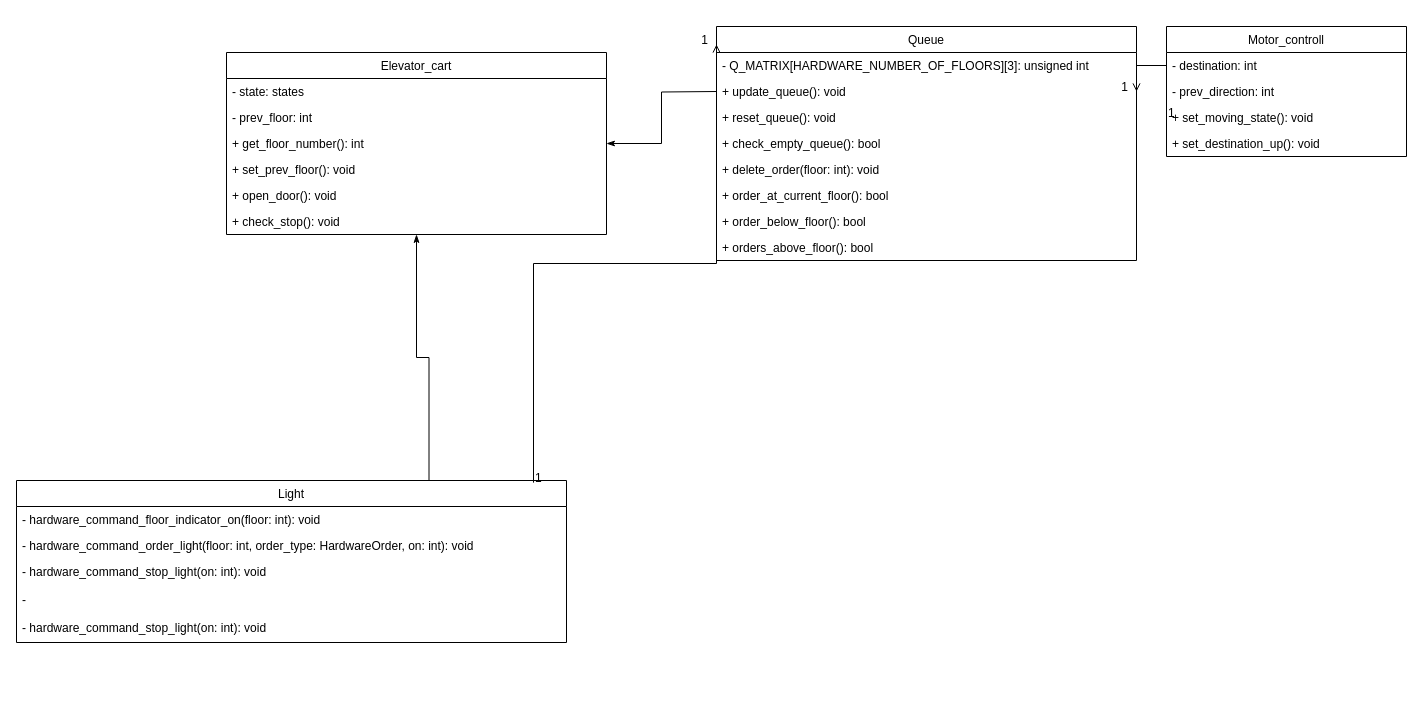
This is Untitled Diagram.drawio from aurorami1211/heilab, a draw.io file, before an edit. Source tidied: cells renumbered, new cells numbered last; positions are measured from the earlier drawing's top-left corner, leaving out a move shared by most shapes. Both pictures are drawn from the tidied source at 100%, with x=0, y=0 at pixel (16, 26).
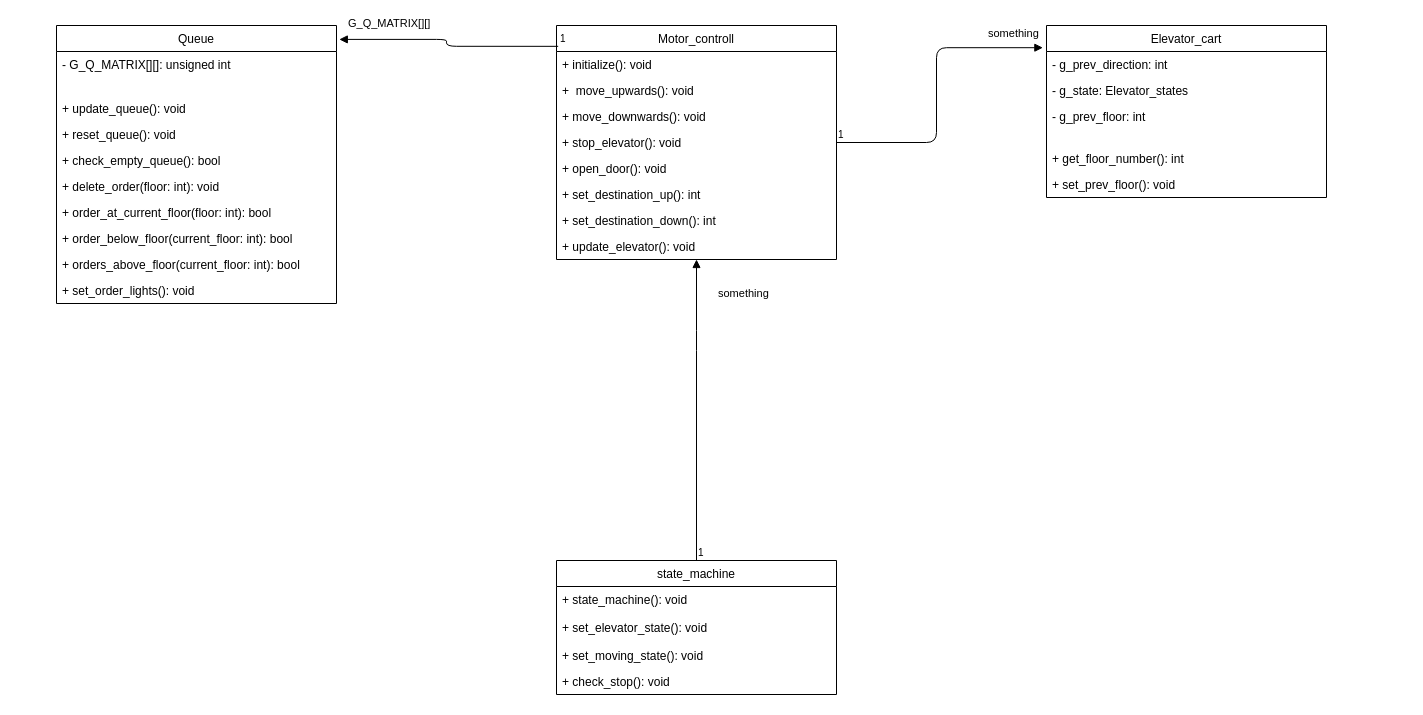
The same page after the edit.

Commit message:
Updated Class diagram

What changed in the source:
```diff
@@
     <mxCell id="2" value="Elevator_cart" style="swimlane;fontStyle=0;horizontal=1;startSize=26;fillColor=none;" parent="1" vertex="1">
-      <mxGeometry x="210" y="26" width="380" height="182" as="geometry" />
+      <mxGeometry x="1030" y="-1" width="280" height="172" as="geometry" />
     </mxCell>
+    <mxCell id="27" value="- g_prev_direction: int" style="text;strokeColor=none;fillColor=none;align=left;verticalAlign=top;spacingLeft=4;spacingRight=4;overflow=hidden;" parent="2" vertex="1">
+      <mxGeometry y="26" width="280" height="26" as="geometry" />
+    </mxCell>
-    <mxCell id="3" value="- state: states" style="text;strokeColor=none;fillColor=none;align=left;verticalAlign=top;spacingLeft=4;spacingRight=4;overflow=hidden;" parent="2" vertex="1">
-      <mxGeometry y="26" width="380" height="26" as="geometry" />
+    <mxCell id="3" value="- g_state: Elevator_states" style="text;strokeColor=none;fillColor=none;align=left;verticalAlign=top;spacingLeft=4;spacingRight=4;overflow=hidden;" parent="2" vertex="1">
+      <mxGeometry y="52" width="280" height="26" as="geometry" />
     </mxCell>
-    <mxCell id="4" value="- prev_floor: int" style="text;strokeColor=none;fillColor=none;align=left;verticalAlign=top;spacingLeft=4;spacingRight=4;overflow=hidden;" parent="2" vertex="1">
-      <mxGeometry y="52" width="380" height="26" as="geometry" />
+    <mxCell id="4" value="- g_prev_floor: int" style="text;strokeColor=none;fillColor=none;align=left;verticalAlign=top;spacingLeft=4;spacingRight=4;overflow=hidden;" parent="2" vertex="1">
+      <mxGeometry y="78" width="280" height="42" as="geometry" />
     </mxCell>
     <mxCell id="5" value="+ get_floor_number(): int" style="text;strokeColor=none;fillColor=none;align=left;verticalAlign=top;spacingLeft=4;spacingRight=4;overflow=hidden;" parent="2" vertex="1">
-      <mxGeometry y="78" width="380" height="26" as="geometry" />
+      <mxGeometry y="120" width="280" height="26" as="geometry" />
     </mxCell>
     <mxCell id="6" value="+ set_prev_floor(): void" style="text;strokeColor=none;fillColor=none;align=left;verticalAlign=top;spacingLeft=4;spacingRight=4;overflow=hidden;" parent="2" vertex="1">
-      <mxGeometry y="104" width="380" height="26" as="geometry" />
+      <mxGeometry y="146" width="280" height="26" as="geometry" />
     </mxCell>
-    <mxCell id="7" value="+ open_door(): void" style="text;strokeColor=none;fillColor=none;align=left;verticalAlign=top;spacingLeft=4;spacingRight=4;overflow=hidden;" parent="2" vertex="1">
-      <mxGeometry y="130" width="380" height="26" as="geometry" />
-    </mxCell>
-    <mxCell id="8" value="+ check_stop(): void" style="text;strokeColor=none;fillColor=none;align=left;verticalAlign=top;spacingLeft=4;spacingRight=4;overflow=hidden;" parent="2" vertex="1">
-      <mxGeometry y="156" width="380" height="26" as="geometry" />
-    </mxCell>
     <mxCell id="9" value="Queue" style="swimlane;fontStyle=0;horizontal=1;startSize=26;fillColor=none;" parent="1" vertex="1">
-      <mxGeometry x="700" width="420" height="234" as="geometry" />
+      <mxGeometry x="40" y="-1" width="280" height="278" as="geometry" />
     </mxCell>
-    <mxCell id="10" value="- Q_MATRIX[HARDWARE_NUMBER_OF_FLOORS][3]: unsigned int" style="text;strokeColor=none;fillColor=none;align=left;verticalAlign=top;spacingLeft=4;spacingRight=4;overflow=hidden;" parent="9" vertex="1">
-      <mxGeometry y="26" width="420" height="26" as="geometry" />
+    <mxCell id="10" value="- G_Q_MATRIX[][]: unsigned int" style="text;strokeColor=none;fillColor=none;align=left;verticalAlign=top;spacingLeft=4;spacingRight=4;overflow=hidden;perimeterSpacing=1;" parent="9" vertex="1">
+      <mxGeometry y="26" width="280" height="44" as="geometry" />
     </mxCell>
     <mxCell id="11" value="+ update_queue(): void" style="text;strokeColor=none;fillColor=none;align=left;verticalAlign=top;spacingLeft=4;spacingRight=4;overflow=hidden;" parent="9" vertex="1">
-      <mxGeometry y="52" width="420" height="26" as="geometry" />
+      <mxGeometry y="70" width="280" height="26" as="geometry" />
     </mxCell>
     <mxCell id="12" value="+ reset_queue(): void" style="text;strokeColor=none;fillColor=none;align=left;verticalAlign=top;spacingLeft=4;spacingRight=4;overflow=hidden;" parent="9" vertex="1">
-      <mxGeometry y="78" width="420" height="26" as="geometry" />
+      <mxGeometry y="96" width="280" height="26" as="geometry" />
     </mxCell>
     <mxCell id="13" value="+ check_empty_queue(): bool" style="text;strokeColor=none;fillColor=none;align=left;verticalAlign=top;spacingLeft=4;spacingRight=4;overflow=hidden;" parent="9" vertex="1">
-      <mxGeometry y="104" width="420" height="26" as="geometry" />
+      <mxGeometry y="122" width="280" height="26" as="geometry" />
     </mxCell>
     <mxCell id="14" value="+ delete_order(floor: int): void" style="text;strokeColor=none;fillColor=none;align=left;verticalAlign=top;spacingLeft=4;spacingRight=4;overflow=hidden;" parent="9" vertex="1">
-      <mxGeometry y="130" width="420" height="26" as="geometry" />
+      <mxGeometry y="148" width="280" height="26" as="geometry" />
     </mxCell>
-    <mxCell id="15" value="+ order_at_current_floor(): bool" style="text;strokeColor=none;fillColor=none;align=left;verticalAlign=top;spacingLeft=4;spacingRight=4;overflow=hidden;" parent="9" vertex="1">
-      <mxGeometry y="156" width="420" height="26" as="geometry" />
+    <mxCell id="15" value="+ order_at_current_floor(floor: int): bool" style="text;strokeColor=none;fillColor=none;align=left;verticalAlign=top;spacingLeft=4;spacingRight=4;overflow=hidden;" parent="9" vertex="1">
+      <mxGeometry y="174" width="280" height="26" as="geometry" />
     </mxCell>
-    <mxCell id="16" value="+ order_below_floor(): bool" style="text;strokeColor=none;fillColor=none;align=left;verticalAlign=top;spacingLeft=4;spacingRight=4;overflow=hidden;" parent="9" vertex="1">
-      <mxGeometry y="182" width="420" height="26" as="geometry" />
+    <mxCell id="16" value="+ order_below_floor(current_floor: int): bool" style="text;strokeColor=none;fillColor=none;align=left;verticalAlign=top;spacingLeft=4;spacingRight=4;overflow=hidden;" parent="9" vertex="1">
+      <mxGeometry y="200" width="280" height="26" as="geometry" />
     </mxCell>
-    <mxCell id="17" value="+ orders_above_floor(): bool" style="text;strokeColor=none;fillColor=none;align=left;verticalAlign=top;spacingLeft=4;spacingRight=4;overflow=hidden;" parent="9" vertex="1">
-      <mxGeometry y="208" width="420" height="26" as="geometry" />
+    <mxCell id="17" value="+ orders_above_floor(current_floor: int): bool" style="text;strokeColor=none;fillColor=none;align=left;verticalAlign=top;spacingLeft=4;spacingRight=4;overflow=hidden;" parent="9" vertex="1">
+      <mxGeometry y="226" width="280" height="26" as="geometry" />
     </mxCell>
-    <mxCell id="18" style="edgeStyle=orthogonalEdgeStyle;rounded=0;jettySize=auto;html=1;exitX=0.75;exitY=0;exitDx=0;exitDy=0;entryX=0.5;entryY=1;entryDx=0;entryDy=0;endArrow=classicThin;endFill=1;" parent="1" edge="1" source="19" target="2">
-      <mxGeometry relative="1" as="geometry" />
-    </mxCell>
+    <mxCell id="37" value="+ set_order_lights(): void" style="text;strokeColor=none;fillColor=none;align=left;verticalAlign=top;spacingLeft=4;spacingRight=4;overflow=hidden;" parent="9" vertex="1">
+      <mxGeometry y="252" width="280" height="26" as="geometry" />
+    </mxCell>
-    <mxCell id="19" value="Light" style="swimlane;fontStyle=0;horizontal=1;startSize=26;fillColor=none;" parent="1" vertex="1">
-      <mxGeometry y="454" width="550" height="162" as="geometry" />
+    <mxCell id="19" value="state_machine" style="swimlane;fontStyle=0;horizontal=1;startSize=26;fillColor=none;" parent="1" vertex="1">
+      <mxGeometry x="540" y="534" width="280" height="134" as="geometry" />
     </mxCell>
+    <mxCell id="22" value="+ state_machine(): void" style="text;strokeColor=none;fillColor=none;align=left;verticalAlign=top;spacingLeft=4;spacingRight=4;overflow=hidden;" parent="19" vertex="1">
+      <mxGeometry y="26" width="280" height="28" as="geometry" />
+    </mxCell>
+    <mxCell id="23" value="+ set_elevator_state(): void" style="text;strokeColor=none;fillColor=none;align=left;verticalAlign=top;spacingLeft=4;spacingRight=4;overflow=hidden;" parent="19" vertex="1">
+      <mxGeometry y="54" width="280" height="28" as="geometry" />
+    </mxCell>
+    <mxCell id="28" value="+ set_moving_state(): void" style="text;strokeColor=none;fillColor=none;align=left;verticalAlign=top;spacingLeft=4;spacingRight=4;overflow=hidden;points=[[0,0.5],[1,0.5]];portConstraint=eastwest;" parent="19" vertex="1">
+      <mxGeometry y="82" width="280" height="26" as="geometry" />
+    </mxCell>
+    <mxCell id="8" value="+ check_stop(): void" style="text;strokeColor=none;fillColor=none;align=left;verticalAlign=top;spacingLeft=4;spacingRight=4;overflow=hidden;" parent="19" vertex="1">
+      <mxGeometry y="108" width="280" height="26" as="geometry" />
+    </mxCell>
+    <mxCell id="25" value="Motor_controll" style="swimlane;fontStyle=0;horizontal=1;startSize=26;fillColor=none;" parent="1" vertex="1">
+      <mxGeometry x="540" y="-1" width="280" height="234" as="geometry" />
+    </mxCell>
+    <mxCell id="38" value="+ initialize(): void" style="text;strokeColor=none;fillColor=none;align=left;verticalAlign=top;spacingLeft=4;spacingRight=4;overflow=hidden;" parent="25" vertex="1">
+      <mxGeometry y="26" width="280" height="26" as="geometry" />
+    </mxCell>
-    <mxCell id="20" value="- hardware_command_floor_indicator_on(floor: int): void" style="text;strokeColor=none;fillColor=none;align=left;verticalAlign=top;spacingLeft=4;spacingRight=4;overflow=hidden;" parent="19" vertex="1">
-      <mxGeometry y="26" width="550" height="26" as="geometry" />
+    <mxCell id="20" value="+  move_upwards(): void" style="text;strokeColor=none;fillColor=none;align=left;verticalAlign=top;spacingLeft=4;spacingRight=4;overflow=hidden;" parent="25" vertex="1">
+      <mxGeometry y="52" width="280" height="26" as="geometry" />
     </mxCell>
-    <mxCell id="21" value="- hardware_command_order_light(floor: int, order_type: HardwareOrder, on: int): void" style="text;strokeColor=none;fillColor=none;align=left;verticalAlign=top;spacingLeft=4;spacingRight=4;overflow=hidden;" parent="19" vertex="1">
-      <mxGeometry y="52" width="550" height="26" as="geometry" />
+    <mxCell id="21" value="+ move_downwards(): void" style="text;strokeColor=none;fillColor=none;align=left;verticalAlign=top;spacingLeft=4;spacingRight=4;overflow=hidden;" parent="25" vertex="1">
+      <mxGeometry y="78" width="280" height="26" as="geometry" />
     </mxCell>
-    <mxCell id="22" value="- hardware_command_stop_light(on: int): void" style="text;strokeColor=none;fillColor=none;align=left;verticalAlign=top;spacingLeft=4;spacingRight=4;overflow=hidden;" parent="19" vertex="1">
-      <mxGeometry y="78" width="550" height="28" as="geometry" />
-    </mxCell>
-    <mxCell id="23" value="-" style="text;strokeColor=none;fillColor=none;align=left;verticalAlign=top;spacingLeft=4;spacingRight=4;overflow=hidden;" parent="19" vertex="1">
-      <mxGeometry y="106" width="550" height="28" as="geometry" />
-    </mxCell>
-    <mxCell id="24" value="- hardware_command_stop_light(on: int): void" style="text;strokeColor=none;fillColor=none;align=left;verticalAlign=top;spacingLeft=4;spacingRight=4;overflow=hidden;" parent="19" vertex="1">
-      <mxGeometry y="134" width="550" height="28" as="geometry" />
-    </mxCell>
-    <mxCell id="25" value="Motor_controll" style="swimlane;fontStyle=0;horizontal=1;startSize=26;fillColor=none;" parent="1" vertex="1">
-      <mxGeometry x="1150" width="240" height="130" as="geometry" />
-    </mxCell>
-    <mxCell id="26" value="- destination: int" style="text;strokeColor=none;fillColor=none;align=left;verticalAlign=top;spacingLeft=4;spacingRight=4;overflow=hidden;" parent="25" vertex="1">
-      <mxGeometry y="26" width="240" height="26" as="geometry" />
-    </mxCell>
-    <mxCell id="27" value="- prev_direction: int" style="text;strokeColor=none;fillColor=none;align=left;verticalAlign=top;spacingLeft=4;spacingRight=4;overflow=hidden;" parent="25" vertex="1">
-      <mxGeometry y="52" width="240" height="26" as="geometry" />
-    </mxCell>
-    <mxCell id="28" value="+ set_moving_state(): void" style="text;strokeColor=none;fillColor=none;align=left;verticalAlign=top;spacingLeft=4;spacingRight=4;overflow=hidden;points=[[0,0.5],[1,0.5]];portConstraint=eastwest;" parent="25" vertex="1">
-      <mxGeometry y="78" width="240" height="26" as="geometry" />
-    </mxCell>
+    <mxCell id="39" value="+ stop_elevator(): void" style="text;strokeColor=none;fillColor=none;align=left;verticalAlign=top;spacingLeft=4;spacingRight=4;overflow=hidden;points=[[0,0.5],[1,0.5]];portConstraint=eastwest;" parent="25" vertex="1">
+      <mxGeometry y="104" width="280" height="26" as="geometry" />
+    </mxCell>
+    <mxCell id="7" value="+ open_door(): void" style="text;strokeColor=none;fillColor=none;align=left;verticalAlign=top;spacingLeft=4;spacingRight=4;overflow=hidden;" parent="25" vertex="1">
+      <mxGeometry y="130" width="280" height="26" as="geometry" />
+    </mxCell>
-    <mxCell id="29" value="+ set_destination_up(): void" style="text;strokeColor=none;fillColor=none;align=left;verticalAlign=top;spacingLeft=4;spacingRight=4;overflow=hidden;" parent="25" vertex="1">
-      <mxGeometry y="104" width="240" height="26" as="geometry" />
+    <mxCell id="29" value="+ set_destination_up(): int" style="text;strokeColor=none;fillColor=none;align=left;verticalAlign=top;spacingLeft=4;spacingRight=4;overflow=hidden;" parent="25" vertex="1">
+      <mxGeometry y="156" width="280" height="26" as="geometry" />
     </mxCell>
-    <mxCell id="30" style="endArrow=open;shadow=0;strokeWidth=1;strokeColor=#000000;rounded=0;endFill=1;edgeStyle=elbowEdgeStyle;elbow=vertical;entryX=1;entryY=0.5;entryDx=0;entryDy=0;exitX=0;exitY=0.5;exitDx=0;exitDy=0;" parent="1" edge="1" source="28">
-      <mxGeometry x="0.5" y="41" relative="1" as="geometry">
-        <mxPoint x="1120" y="65" as="targetPoint" />
-        <Array as="points">
-          <mxPoint x="1100" y="39" />
-        </Array>
-        <mxPoint x="-40" y="32" as="offset" />
-      </mxGeometry>
-    </mxCell>
-    <mxCell id="31" value="1" style="align=left;verticalAlign=bottom;labelBackgroundColor=none;fontSize=12;" parent="30" vertex="1">
-      <mxGeometry x="-1" relative="1" as="geometry">
-        <mxPoint y="4" as="offset" />
-      </mxGeometry>
-    </mxCell>
-    <mxCell id="32" value="1" style="align=right;verticalAlign=bottom;labelBackgroundColor=none;fontSize=12;" parent="30" vertex="1">
-      <mxGeometry x="1" relative="1" as="geometry">
-        <mxPoint x="-7" y="4" as="offset" />
-      </mxGeometry>
-    </mxCell>
-    <mxCell id="33" style="endArrow=open;shadow=0;strokeWidth=1;strokeColor=#000000;rounded=0;endFill=1;edgeStyle=elbowEdgeStyle;elbow=vertical;exitX=0.94;exitY=0.013;exitDx=0;exitDy=0;exitPerimeter=0;" parent="1" edge="1" source="19">
-      <mxGeometry x="0.5" y="41" relative="1" as="geometry">
-        <mxPoint x="700" y="18" as="targetPoint" />
-        <mxPoint x="-40" y="32" as="offset" />
-      </mxGeometry>
-    </mxCell>
-    <mxCell id="34" value="1" style="align=left;verticalAlign=bottom;labelBackgroundColor=none;fontSize=12;" parent="33" vertex="1">
-      <mxGeometry x="-1" relative="1" as="geometry">
-        <mxPoint y="4" as="offset" />
-      </mxGeometry>
-    </mxCell>
-    <mxCell id="35" value="1" style="align=right;verticalAlign=bottom;labelBackgroundColor=none;fontSize=12;" parent="33" vertex="1">
-      <mxGeometry x="1" relative="1" as="geometry">
-        <mxPoint x="-7" y="4" as="offset" />
-      </mxGeometry>
-    </mxCell>
-    <mxCell id="36" style="edgeStyle=orthogonalEdgeStyle;rounded=0;jettySize=auto;html=1;exitX=0;exitY=0.5;exitDx=0;exitDy=0;entryX=1;entryY=0.5;entryDx=0;entryDy=0;endArrow=classicThin;endFill=1;" parent="1" edge="1" target="2">
-      <mxGeometry relative="1" as="geometry">
-        <mxPoint x="700" y="65" as="sourcePoint" />
-      </mxGeometry>
-    </mxCell>
+    <mxCell id="40" value="+ set_destination_down(): int" style="text;strokeColor=none;fillColor=none;align=left;verticalAlign=top;spacingLeft=4;spacingRight=4;overflow=hidden;" parent="25" vertex="1">
+      <mxGeometry y="182" width="280" height="26" as="geometry" />
+    </mxCell>
+    <mxCell id="41" value="+ update_elevator(): void" style="text;strokeColor=none;fillColor=none;align=left;verticalAlign=top;spacingLeft=4;spacingRight=4;overflow=hidden;points=[[0,0.5],[1,0.5]];portConstraint=eastwest;" parent="25" vertex="1">
+      <mxGeometry y="208" width="280" height="26" as="geometry" />
+    </mxCell>
+    <mxCell id="42" value="G_Q_MATRIX[][]" style="endArrow=block;endFill=1;html=1;edgeStyle=orthogonalEdgeStyle;align=left;verticalAlign=top;exitX=0.006;exitY=0.089;exitDx=0;exitDy=0;exitPerimeter=0;entryX=1.01;entryY=0.05;entryDx=0;entryDy=0;entryPerimeter=0;" parent="1" edge="1" source="25" target="9">
+      <mxGeometry x="0.94" y="-29" relative="1" as="geometry" />
+    </mxCell>
+    <mxCell id="43" value="1" style="html=1;align=left;verticalAlign=bottom;labelBackgroundColor=#ffffff;fontSize=10;" parent="42" vertex="1">
+      <mxGeometry x="-1" relative="1" as="geometry" />
+    </mxCell>
+    <mxCell id="44" value="something" style="endArrow=block;endFill=1;html=1;edgeStyle=orthogonalEdgeStyle;align=left;verticalAlign=top;" parent="1" edge="1" source="19" target="41">
+      <mxGeometry x="0.86" y="-20" relative="1" as="geometry">
+        <Array as="points">
+          <mxPoint x="680" y="314" />
+          <mxPoint x="680" y="314" />
+        </Array>
+      </mxGeometry>
+    </mxCell>
+    <mxCell id="45" value="1" style="html=1;align=left;verticalAlign=bottom;labelBackgroundColor=#ffffff;fontSize=10;" parent="44" vertex="1">
+      <mxGeometry x="-1" relative="1" as="geometry" />
+    </mxCell>
+    <mxCell id="46" value="something" style="endArrow=block;endFill=1;html=1;edgeStyle=orthogonalEdgeStyle;align=left;verticalAlign=top;entryX=-0.013;entryY=0.129;entryDx=0;entryDy=0;exitX=1;exitY=0.5;exitDx=0;exitDy=0;entryPerimeter=0;" parent="1" edge="1" source="39" target="2">
+      <mxGeometry x="0.63" y="27" relative="1" as="geometry">
+        <Array as="points">
+          <mxPoint x="920" y="116" />
+          <mxPoint x="920" y="21" />
+        </Array>
+      </mxGeometry>
+    </mxCell>
+    <mxCell id="47" value="1" style="html=1;align=left;verticalAlign=bottom;labelBackgroundColor=#ffffff;fontSize=10;" parent="46" vertex="1">
+      <mxGeometry x="-1" relative="1" as="geometry" />
+    </mxCell>
```
